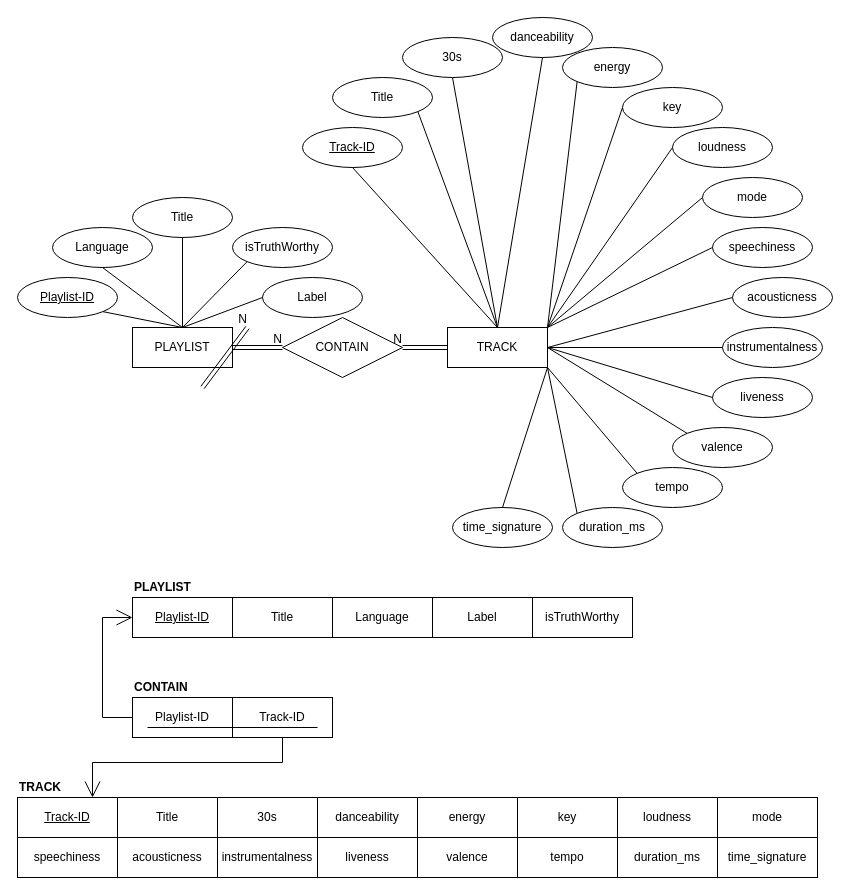
This is page "TrainData" (1 of 2) of spotify.drawio from quangmnh/drawio, a draw.io file, before an edit. Source tidied: cells renumbered, new cells numbered last; positions are measured from the earlier drawing's top-left corner, leaving out a move shared by most shapes. Both pictures are drawn from the tidied source at 100%, with x=0, y=0 at pixel (17, 17).
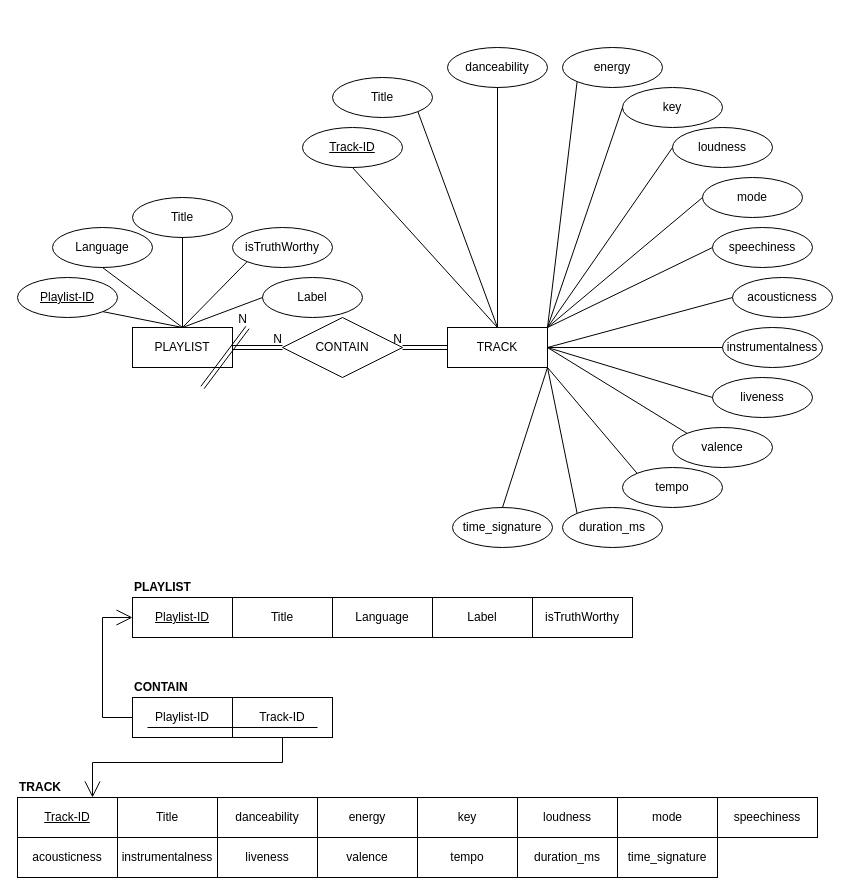
After the change.

The change refers to these unchanged cells:
```xml
<mxCell id="2" value="TRACK" style="whiteSpace=wrap;html=1;align=center;hachureGap=4;" parent="1" vertex="1">
  <mxGeometry x="430" y="310" width="100" height="40" as="geometry" />
</mxCell>
```

Change to the diagram source:
```diff
@@
-    <mxCell id="5" value="30s" style="ellipse;whiteSpace=wrap;html=1;align=center;hachureGap=4;" parent="1" vertex="1">
-      <mxGeometry x="385" y="20" width="100" height="40" as="geometry" />
-    </mxCell>
     <mxCell id="6" value="danceability" style="ellipse;whiteSpace=wrap;html=1;align=center;hachureGap=4;" parent="1" vertex="1">
-      <mxGeometry x="475" width="100" height="40" as="geometry" />
+      <mxGeometry x="430" y="30" width="100" height="40" as="geometry" />
     </mxCell>
@@
-    <mxCell id="30" style="endArrow=none;html=1;rounded=0;startSize=14;endSize=14;sourcePerimeterSpacing=8;targetPerimeterSpacing=8;exitX=0.5;exitY=1;exitDx=0;exitDy=0;entryX=0.5;entryY=0;entryDx=0;entryDy=0;" parent="1" edge="1" source="5" target="2">
-      <mxGeometry relative="1" as="geometry" />
-    </mxCell>
@@
-    <mxCell id="56" value="30s" style="whiteSpace=wrap;html=1;align=center;hachureGap=4;" parent="1" vertex="1">
-      <mxGeometry x="200" y="780" width="100" height="40" as="geometry" />
-    </mxCell>
     <mxCell id="57" value="danceability" style="whiteSpace=wrap;html=1;align=center;hachureGap=4;" parent="1" vertex="1">
-      <mxGeometry x="300" y="780" width="100" height="40" as="geometry" />
+      <mxGeometry x="200" y="780" width="100" height="40" as="geometry" />
     </mxCell>
     <mxCell id="58" value="energy" style="whiteSpace=wrap;html=1;align=center;hachureGap=4;" parent="1" vertex="1">
-      <mxGeometry x="400" y="780" width="100" height="40" as="geometry" />
+      <mxGeometry x="300" y="780" width="100" height="40" as="geometry" />
     </mxCell>
     <mxCell id="59" value="key" style="whiteSpace=wrap;html=1;align=center;hachureGap=4;" parent="1" vertex="1">
-      <mxGeometry x="500" y="780" width="100" height="40" as="geometry" />
+      <mxGeometry x="400" y="780" width="100" height="40" as="geometry" />
     </mxCell>
     <mxCell id="60" value="loudness" style="whiteSpace=wrap;html=1;align=center;hachureGap=4;" parent="1" vertex="1">
-      <mxGeometry x="600" y="780" width="100" height="40" as="geometry" />
+      <mxGeometry x="500" y="780" width="100" height="40" as="geometry" />
     </mxCell>
     <mxCell id="61" value="mode" style="whiteSpace=wrap;html=1;align=center;hachureGap=4;" parent="1" vertex="1">
-      <mxGeometry x="700" y="780" width="100" height="40" as="geometry" />
+      <mxGeometry x="600" y="780" width="100" height="40" as="geometry" />
     </mxCell>
     <mxCell id="62" value="speechiness" style="whiteSpace=wrap;html=1;align=center;hachureGap=4;" parent="1" vertex="1">
-      <mxGeometry y="820" width="100" height="40" as="geometry" />
+      <mxGeometry x="700" y="780" width="100" height="40" as="geometry" />
     </mxCell>
     <mxCell id="63" value="acousticness" style="whiteSpace=wrap;html=1;align=center;hachureGap=4;" parent="1" vertex="1">
-      <mxGeometry x="100" y="820" width="100" height="40" as="geometry" />
+      <mxGeometry y="820" width="100" height="40" as="geometry" />
     </mxCell>
     <mxCell id="64" value="instrumentalness" style="whiteSpace=wrap;html=1;align=center;hachureGap=4;" parent="1" vertex="1">
-      <mxGeometry x="200" y="820" width="100" height="40" as="geometry" />
+      <mxGeometry x="100" y="820" width="100" height="40" as="geometry" />
     </mxCell>
     <mxCell id="65" value="liveness" style="whiteSpace=wrap;html=1;align=center;hachureGap=4;" parent="1" vertex="1">
-      <mxGeometry x="300" y="820" width="100" height="40" as="geometry" />
+      <mxGeometry x="200" y="820" width="100" height="40" as="geometry" />
     </mxCell>
     <mxCell id="66" value="valence" style="whiteSpace=wrap;html=1;align=center;hachureGap=4;" parent="1" vertex="1">
-      <mxGeometry x="400" y="820" width="100" height="40" as="geometry" />
+      <mxGeometry x="300" y="820" width="100" height="40" as="geometry" />
     </mxCell>
     <mxCell id="67" value="tempo" style="whiteSpace=wrap;html=1;align=center;hachureGap=4;" parent="1" vertex="1">
-      <mxGeometry x="500" y="820" width="100" height="40" as="geometry" />
+      <mxGeometry x="400" y="820" width="100" height="40" as="geometry" />
     </mxCell>
     <mxCell id="68" value="duration_ms" style="whiteSpace=wrap;html=1;align=center;hachureGap=4;" parent="1" vertex="1">
-      <mxGeometry x="600" y="820" width="100" height="40" as="geometry" />
+      <mxGeometry x="500" y="820" width="100" height="40" as="geometry" />
     </mxCell>
     <mxCell id="69" value="time_signature" style="whiteSpace=wrap;html=1;align=center;hachureGap=4;" parent="1" vertex="1">
-      <mxGeometry x="700" y="820" width="100" height="40" as="geometry" />
+      <mxGeometry x="600" y="820" width="100" height="40" as="geometry" />
     </mxCell>
```
